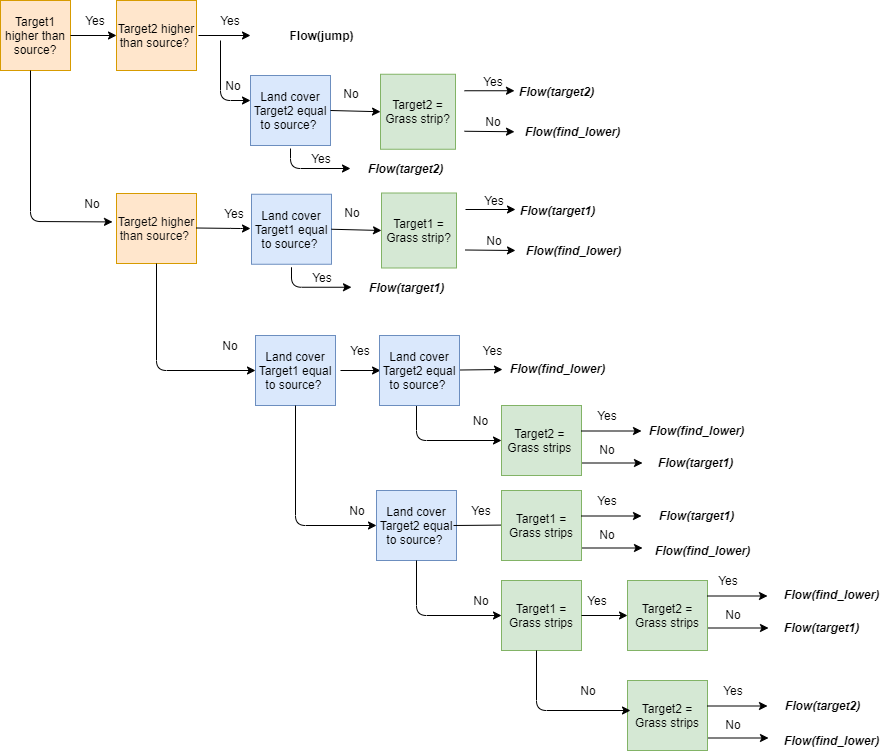
The draw.io diagram docs/_static/png/sketch_flow_algorithm.png in watem-sedem/watem-sedem, before a commit. Source tidied: cells renumbered, new cells last; positions are measured from the earlier drawing's top-left corner, leaving out a move shared by most shapes.
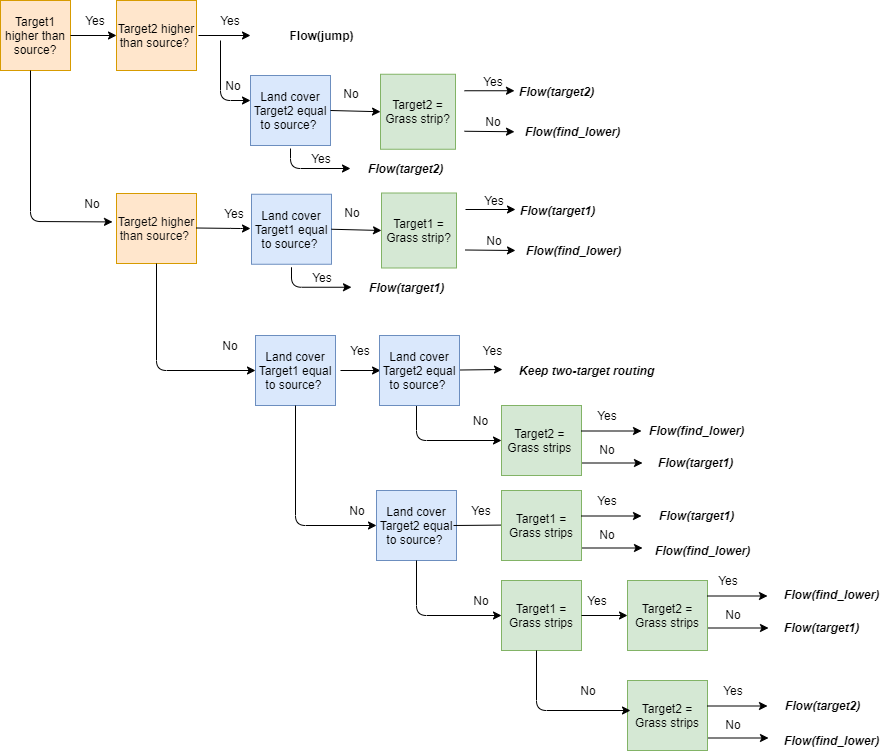
After the change.

Commit message:
small updates in defintion for routing

Diff of the diagram source:
```diff
@@ -296,8 +296,8 @@
     <mxCell id="72" value="No" style="text;html=1;strokeColor=none;fillColor=none;align=center;verticalAlign=middle;whiteSpace=wrap;rounded=0;" parent="1" vertex="1">
       <mxGeometry x="331" y="83.2" width="40" height="20" as="geometry" />
     </mxCell>
-    <mxCell id="73" value="Flow(find_lower)" style="text;html=1;align=center;verticalAlign=middle;fontStyle=3;" parent="1" vertex="1">
-      <mxGeometry x="502" y="358" width="110" height="20" as="geometry" />
+    <mxCell id="73" value="Keep two-target routing" style="text;html=1;align=center;verticalAlign=middle;fontStyle=3;" parent="1" vertex="1">
+      <mxGeometry x="511" y="360" width="150" height="20" as="geometry" />
     </mxCell>
     <mxCell id="74" value="Flow(find_lower)" style="text;html=1;align=center;verticalAlign=middle;fontStyle=3;" parent="1" vertex="1">
       <mxGeometry x="647" y="540" width="110" height="20" as="geometry" />
```
